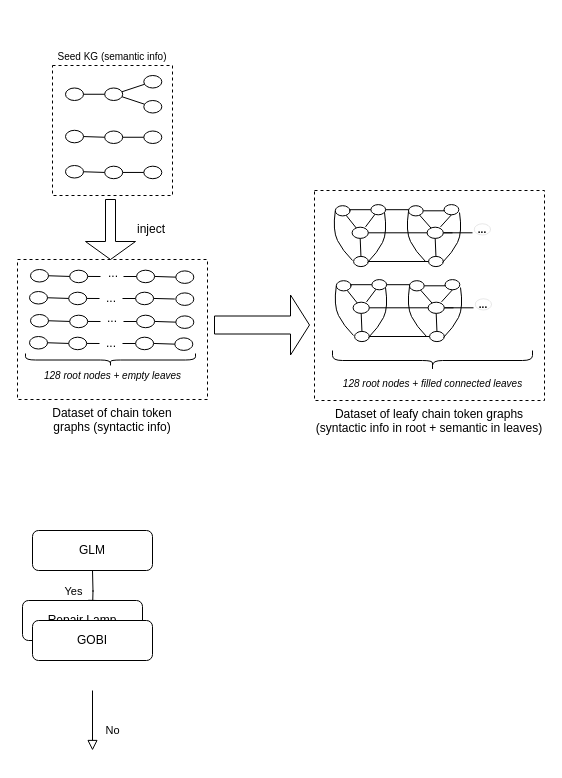
The draw.io diagram Untitled Diagram.drawio in MargaritaBelova/flowcharts, before the edit. Source tidied: cells renumbered, new cells numbered last; positions are measured from the earlier drawing's top-left corner, leaving out a move shared by most shapes. Both pictures are drawn from the tidied source at 100%, with x=0, y=0 at pixel (17, 24).
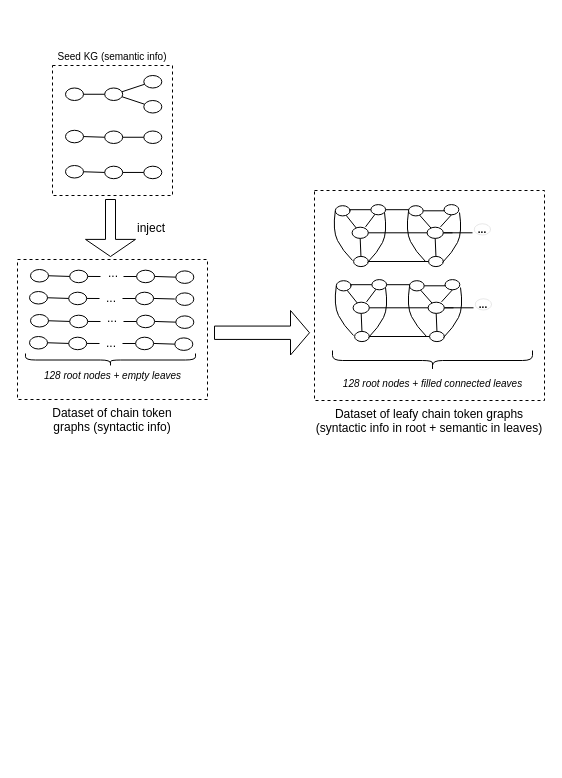
The same diagram, later.

Diff of the diagram source:
```diff
@@
-    <mxCell id="3" value="Yes" style="rounded=0;html=1;jettySize=auto;orthogonalLoop=1;fontSize=11;endArrow=block;endFill=0;endSize=8;strokeWidth=1;shadow=0;labelBackgroundColor=none;edgeStyle=orthogonalEdgeStyle;" parent="1" edge="1">
-      <mxGeometry y="20" relative="1" as="geometry">
-        <mxPoint x="75" y="546" as="sourcePoint" />
-        <mxPoint x="75" y="586" as="targetPoint" />
-      </mxGeometry>
-    </mxCell>
-    <mxCell id="4" value="GLM" style="rounded=1;whiteSpace=wrap;html=1;fontSize=12;glass=0;strokeWidth=1;shadow=0;" parent="1" vertex="1">
-      <mxGeometry x="15" y="506" width="120" height="40" as="geometry" />
-    </mxCell>
-    <mxCell id="5" value="No" style="rounded=0;html=1;jettySize=auto;orthogonalLoop=1;fontSize=11;endArrow=block;endFill=0;endSize=8;strokeWidth=1;shadow=0;labelBackgroundColor=none;edgeStyle=orthogonalEdgeStyle;" parent="1" edge="1">
-      <mxGeometry x="0.33" y="20" relative="1" as="geometry">
-        <mxPoint x="75" y="666" as="sourcePoint" />
-        <mxPoint x="75" y="726" as="targetPoint" />
-      </mxGeometry>
-    </mxCell>
-    <mxCell id="6" value="Repair Lamp" style="rounded=1;whiteSpace=wrap;html=1;fontSize=12;glass=0;strokeWidth=1;shadow=0;" parent="1" vertex="1">
-      <mxGeometry x="5" y="576" width="120" height="40" as="geometry" />
-    </mxCell>
-    <mxCell id="7" value="GOBI" style="rounded=1;whiteSpace=wrap;html=1;fontSize=12;glass=0;strokeWidth=1;shadow=0;" parent="1" vertex="1">
-      <mxGeometry x="15" y="596" width="120" height="40" as="geometry" />
-    </mxCell>
@@
     <mxCell id="135" value="inject" style="shape=singleArrow;direction=south;whiteSpace=wrap;html=1;labelPosition=right;verticalLabelPosition=middle;align=left;verticalAlign=middle;arrowWidth=0.1999999999999981;arrowSize=0.30000000000000093;" parent="1" vertex="1">
-      <mxGeometry x="68" y="175" width="50" height="60" as="geometry" />
+      <mxGeometry x="68" y="175" width="50" height="57" as="geometry" />
     </mxCell>
     <mxCell id="136" style="shape=singleArrow;whiteSpace=wrap;html=1;" parent="1" vertex="1">
-      <mxGeometry x="197" y="270.5" width="95" height="60" as="geometry" />
+      <mxGeometry x="197" y="286" width="95" height="44.5" as="geometry" />
     </mxCell>
```
